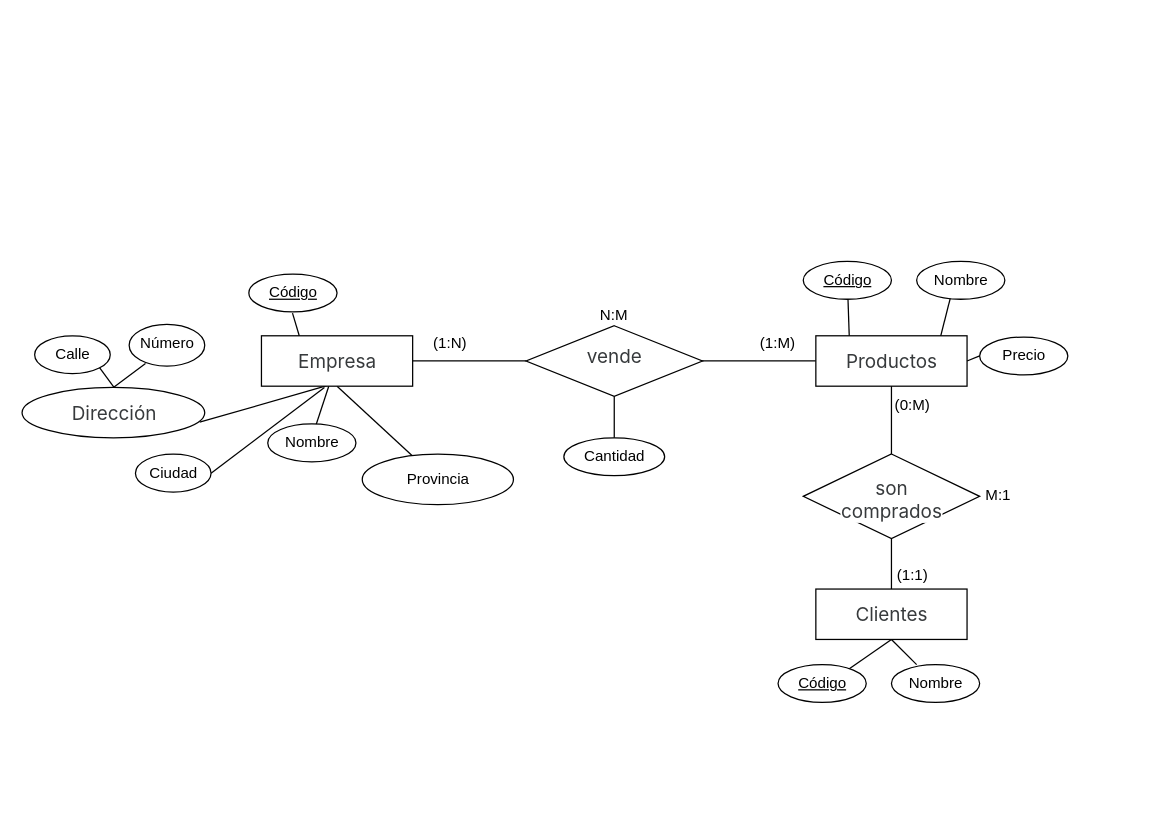
The draw.io diagram Tarea 02_03 Gestión de tienda.drawio in popnoart/popnoart, before the edit. Source tidied: cells renumbered, new cells numbered last; positions are measured from the earlier drawing's top-left corner, leaving out a move shared by most shapes. Both pictures are drawn from the tidied source at 126%, with x=0, y=0 at pixel (21, 261).
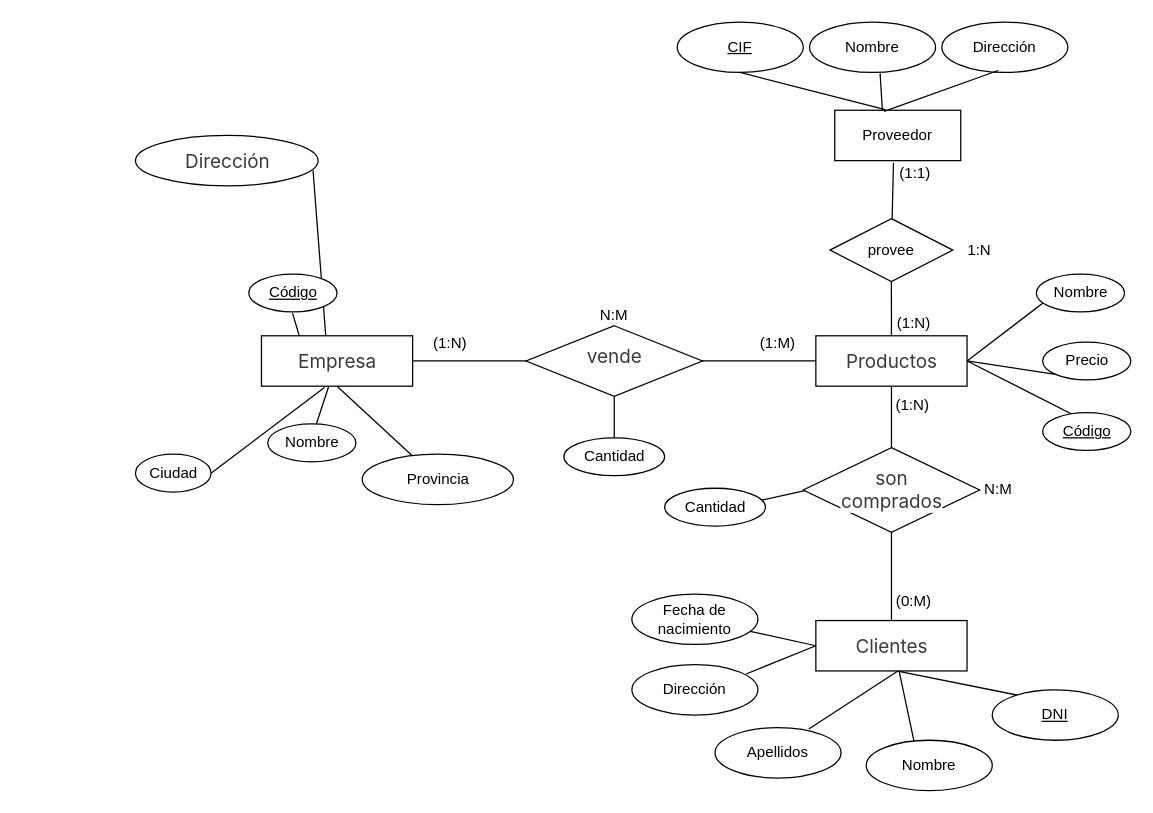
The same diagram, later.

The change refers to these unchanged cells:
```xml
<mxCell id="22" style="ellipse;whiteSpace=wrap;html=1;" parent="21" vertex="1">
  <mxGeometry width="145" height="40" as="geometry" />
</mxCell>
<mxCell id="28" style="rounded=0;whiteSpace=wrap;html=1;" parent="27" vertex="1">
  <mxGeometry width="120" height="40" as="geometry" />
</mxCell>
<mxCell id="29" value="&lt;span style=&quot;color: rgb(55, 58, 60); font-family: -apple-system, BlinkMacSystemFont, &amp;quot;Segoe UI&amp;quot;, Roboto, &amp;quot;Helvetica Neue&amp;quot;, Arial, &amp;quot;Noto Sans&amp;quot;, &amp;quot;Liberation Sans&amp;quot;, sans-serif, &amp;quot;Apple Color Emoji&amp;quot;, &amp;quot;Segoe UI Emoji&amp;quot;, &amp;quot;Segoe UI Symbol&amp;quot;, &amp;quot;Noto Color Emoji&amp;quot;; font-size: 15px; text-align: left; text-wrap-mode: wrap; background-color: rgb(255, 255, 255);&quot;&gt;Productos&lt;/span&gt;" style="text;html=1;align=center;verticalAlign=middle;points=[];strokeColor=none;fillColor=none;" parent="27" vertex="1">
  <mxGeometry x="15" y="5" width="90" height="30" as="geometry" />
</mxCell>
<mxCell id="32" value="Nombre" style="text;html=1;align=center;verticalAlign=middle;points=[];strokeColor=none;fillColor=none;" parent="30" vertex="1">
  <mxGeometry width="70" height="30" as="geometry" />
</mxCell>
<mxCell id="35" value="&lt;u&gt;Código&lt;/u&gt;" style="text;html=1;align=center;verticalAlign=middle;points=[];strokeColor=none;fillColor=none;" parent="33" vertex="1">
  <mxGeometry x="5" width="60" height="30" as="geometry" />
</mxCell>
<mxCell id="43" style="rounded=0;whiteSpace=wrap;html=1;labelBackgroundColor=default;" parent="42" vertex="1">
  <mxGeometry width="120" height="40" as="geometry" />
</mxCell>
<mxCell id="46" style="rhombus;whiteSpace=wrap;html=1;" parent="45" vertex="1">
  <mxGeometry x="10" y="-7.2" width="140" height="67.2" as="geometry" />
</mxCell>
<mxCell id="57" style="ellipse;whiteSpace=wrap;html=1;" parent="56" vertex="1">
  <mxGeometry width="70" height="30" as="geometry" />
</mxCell>
```

The edit, as a diff of the source:
```diff
@@
-    <mxCell id="2" style="endArrow=none;html=1;rounded=0;entryX=0.616;entryY=0.127;entryDx=0;entryDy=0;entryPerimeter=0;" parent="1" edge="1" target="62">
-      <mxGeometry relative="1" as="geometry">
-        <mxPoint x="73" y="100" as="sourcePoint" />
-      </mxGeometry>
-    </mxCell>
+    <mxCell id="79" style="endArrow=none;html=1;rounded=0;entryX=0.06;entryY=0.484;entryDx=0;entryDy=0;entryPerimeter=0;exitX=0.929;exitY=0.333;exitDx=0;exitDy=0;exitPerimeter=0;" parent="1" edge="1" source="90" target="46">
+      <mxGeometry relative="1" as="geometry" />
+    </mxCell>
-    <mxCell id="3" style="endArrow=none;html=1;rounded=0;" parent="1" edge="1" source="53">
-      <mxGeometry relative="1" as="geometry">
-        <mxPoint x="690" y="300" as="targetPoint" />
-      </mxGeometry>
+    <mxCell id="3" style="endArrow=none;html=1;rounded=0;exitX=0.24;exitY=0.125;exitDx=0;exitDy=0;exitPerimeter=0;entryX=0.549;entryY=1.009;entryDx=0;entryDy=0;entryPerimeter=0;" parent="1" edge="1" source="82" target="43">
+      <mxGeometry relative="1" as="geometry" />
     </mxCell>
+    <mxCell id="80" style="endArrow=none;html=1;rounded=0;entryX=0.549;entryY=0.98;entryDx=0;entryDy=0;entryPerimeter=0;exitX=0.38;exitY=0.034;exitDx=0;exitDy=0;exitPerimeter=0;" parent="1" edge="1" source="83" target="43">
+      <mxGeometry relative="1" as="geometry" />
+    </mxCell>
+    <mxCell id="81" style="endArrow=none;html=1;rounded=0;entryX=0.553;entryY=0.98;entryDx=0;entryDy=0;exitX=0.744;exitY=0.028;exitDx=0;exitDy=0;exitPerimeter=0;entryPerimeter=0;" parent="1" edge="1" source="85" target="43">
+      <mxGeometry relative="1" as="geometry" />
+    </mxCell>
-    <mxCell id="4" style="endArrow=none;html=1;rounded=0;entryX=0.129;entryY=-0.056;entryDx=0;entryDy=0;entryPerimeter=0;" parent="1" edge="1" source="35" target="29">
+    <mxCell id="4" style="endArrow=none;html=1;rounded=0;entryX=1;entryY=0.5;entryDx=0;entryDy=0;exitX=0.944;exitY=0.689;exitDx=0;exitDy=0;exitPerimeter=0;" parent="1" edge="1" source="35" target="28">
       <mxGeometry relative="1" as="geometry" />
     </mxCell>
@@
-    <mxCell id="6" style="endArrow=none;html=1;rounded=0;exitX=0.483;exitY=0.04;exitDx=0;exitDy=0;exitPerimeter=0;entryX=0.837;entryY=0.989;entryDx=0;entryDy=0;entryPerimeter=0;" parent="1" edge="1" source="32" target="29">
+    <mxCell id="6" style="endArrow=none;html=1;rounded=0;exitX=0.483;exitY=0.04;exitDx=0;exitDy=0;exitPerimeter=0;entryX=1;entryY=0.5;entryDx=0;entryDy=0;" parent="1" edge="1" source="32" target="28">
       <mxGeometry relative="1" as="geometry" />
     </mxCell>
@@
     <mxCell id="21" style="group;labelBackgroundColor=default;" parent="1" vertex="1">
-      <mxGeometry y="100" width="205" height="40" as="geometry" />
+      <mxGeometry x="90" y="-100" width="205" height="40" as="geometry" />
     </mxCell>
@@
     <mxCell id="30" style="group;labelBackgroundColor=default;" parent="1" vertex="1">
-      <mxGeometry x="710" width="70" height="30" as="geometry" />
+      <mxGeometry x="805" y="10" width="70" height="30" as="geometry" />
     </mxCell>
@@
     <mxCell id="33" style="group;labelBackgroundColor=default;" parent="1" vertex="1">
-      <mxGeometry x="620" width="70" height="30" as="geometry" />
+      <mxGeometry x="810" y="120" width="70" height="30" as="geometry" />
     </mxCell>
@@
     <mxCell id="42" style="group;" parent="1" vertex="1">
-      <mxGeometry x="630" y="260" width="120" height="40" as="geometry" />
+      <mxGeometry x="630" y="285" width="120" height="40" as="geometry" />
     </mxCell>
@@
     <mxCell id="45" style="group;labelBackgroundColor=default;" parent="1" vertex="1">
-      <mxGeometry x="610" y="160" width="195" height="60" as="geometry" />
+      <mxGeometry x="610" y="155" width="195" height="60" as="geometry" />
     </mxCell>
@@
     <mxCell id="47" value="&lt;span style=&quot;color: rgb(55, 58, 60); font-family: -apple-system, BlinkMacSystemFont, &amp;quot;Segoe UI&amp;quot;, Roboto, &amp;quot;Helvetica Neue&amp;quot;, Arial, &amp;quot;Noto Sans&amp;quot;, &amp;quot;Liberation Sans&amp;quot;, sans-serif, &amp;quot;Apple Color Emoji&amp;quot;, &amp;quot;Segoe UI Emoji&amp;quot;, &amp;quot;Segoe UI Symbol&amp;quot;, &amp;quot;Noto Color Emoji&amp;quot;; font-size: 15px; text-align: left; text-wrap-mode: wrap; background-color: rgb(255, 255, 255);&quot;&gt;son comprados&lt;/span&gt;" style="text;html=1;align=center;verticalAlign=middle;strokeColor=none;fillColor=none;imageWidth=28;" parent="45" vertex="1">
-      <mxGeometry x="15" y="14.4" width="130" height="30" as="geometry" />
+      <mxGeometry x="15" y="11.4" width="130" height="30" as="geometry" />
     </mxCell>
-    <mxCell id="48" value="M:1" style="text;html=1;align=center;verticalAlign=middle;whiteSpace=wrap;rounded=0;" parent="45" vertex="1">
+    <mxCell id="48" value="N:M" style="text;html=1;align=center;verticalAlign=middle;whiteSpace=wrap;rounded=0;" parent="45" vertex="1">
       <mxGeometry x="135" y="-0.6" width="60" height="54" as="geometry" />
     </mxCell>
@@
-    <mxCell id="50" value="(1:1)" style="text;html=1;align=center;verticalAlign=middle;whiteSpace=wrap;rounded=0;" parent="1" vertex="1">
-      <mxGeometry x="677" y="234" width="60" height="30" as="geometry" />
+    <mxCell id="50" value="(0:M)" style="text;html=1;align=center;verticalAlign=middle;whiteSpace=wrap;rounded=0;" parent="1" vertex="1">
+      <mxGeometry x="677.5" y="255" width="60" height="30" as="geometry" />
     </mxCell>
-    <mxCell id="51" style="group;labelBackgroundColor=default;" parent="1" vertex="1">
-      <mxGeometry x="690" y="320" width="70" height="30" as="geometry" />
-    </mxCell>
-    <mxCell id="52" style="ellipse;whiteSpace=wrap;html=1;" parent="51" vertex="1">
-      <mxGeometry width="70" height="30" as="geometry" />
-    </mxCell>
-    <mxCell id="53" value="Nombre" style="text;html=1;align=center;verticalAlign=middle;points=[];strokeColor=none;fillColor=none;" parent="51" vertex="1">
-      <mxGeometry width="70" height="30" as="geometry" />
-    </mxCell>
-    <mxCell id="54" value="(0:M)" style="text;html=1;align=center;verticalAlign=middle;whiteSpace=wrap;rounded=0;" parent="1" vertex="1">
+    <mxCell id="54" value="(1:N)" style="text;html=1;align=center;verticalAlign=middle;whiteSpace=wrap;rounded=0;" parent="1" vertex="1">
       <mxGeometry x="677" y="99" width="60" height="30" as="geometry" />
     </mxCell>
@@
     <mxCell id="56" style="group;labelBackgroundColor=default;" parent="1" vertex="1">
-      <mxGeometry x="760" y="60" width="70" height="30" as="geometry" />
+      <mxGeometry x="810" y="64" width="70" height="30" as="geometry" />
     </mxCell>
@@
-    <mxCell id="59" style="endArrow=none;html=1;rounded=0;entryX=1;entryY=0.5;entryDx=0;entryDy=0;exitX=0;exitY=0.5;exitDx=0;exitDy=0;" parent="1" edge="1" source="57" target="28">
+    <mxCell id="59" style="endArrow=none;html=1;rounded=0;entryX=1;entryY=0.5;entryDx=0;entryDy=0;exitX=0;exitY=1;exitDx=0;exitDy=0;" parent="1" edge="1" source="57" target="28">
       <mxGeometry relative="1" as="geometry" />
     </mxCell>
-    <mxCell id="60" style="group;labelBackgroundColor=default;" parent="1" vertex="1">
-      <mxGeometry x="10" y="59" width="60" height="30" as="geometry" />
-    </mxCell>
-    <mxCell id="61" style="ellipse;whiteSpace=wrap;html=1;" parent="60" vertex="1">
-      <mxGeometry width="60" height="30" as="geometry" />
-    </mxCell>
-    <mxCell id="62" value="Calle" style="text;html=1;align=center;verticalAlign=middle;points=[];strokeColor=none;fillColor=none;" parent="60" vertex="1">
-      <mxGeometry x="5" width="50" height="30" as="geometry" />
-    </mxCell>
-    <mxCell id="63" style="group;labelBackgroundColor=default;" parent="1" vertex="1">
-      <mxGeometry x="85" y="50" width="65" height="33" as="geometry" />
-    </mxCell>
-    <mxCell id="64" style="ellipse;whiteSpace=wrap;html=1;" parent="63" vertex="1">
-      <mxGeometry width="60" height="33" as="geometry" />
-    </mxCell>
-    <mxCell id="65" value="Número" style="text;html=1;align=center;verticalAlign=middle;points=[];strokeColor=none;fillColor=none;" parent="63" vertex="1">
-      <mxGeometry x="-5" width="70" height="30" as="geometry" />
-    </mxCell>
-    <mxCell id="66" style="endArrow=none;html=1;rounded=0;entryX=0.257;entryY=1.033;entryDx=0;entryDy=0;exitX=0.5;exitY=0;exitDx=0;exitDy=0;entryPerimeter=0;" parent="1" edge="1" source="22" target="65">
-      <mxGeometry relative="1" as="geometry" />
-    </mxCell>
@@
-    <mxCell id="75" style="endArrow=none;html=1;rounded=0;entryX=0.5;entryY=1;entryDx=0;entryDy=0;exitX=0.7;exitY=0.122;exitDx=0;exitDy=0;exitPerimeter=0;" parent="1" edge="1" target="43">
-      <mxGeometry relative="1" as="geometry">
-        <mxPoint x="656" y="323.7" as="sourcePoint" />
-      </mxGeometry>
-    </mxCell>
-    <mxCell id="76" style="group;labelBackgroundColor=default;" parent="1" vertex="1">
-      <mxGeometry x="600" y="320" width="70" height="30" as="geometry" />
-    </mxCell>
-    <mxCell id="77" style="ellipse;whiteSpace=wrap;html=1;" parent="76" vertex="1">
-      <mxGeometry width="70" height="30" as="geometry" />
-    </mxCell>
-    <mxCell id="78" value="&lt;u&gt;Código&lt;/u&gt;" style="text;html=1;align=center;verticalAlign=middle;strokeColor=none;fillColor=none;" parent="76" vertex="1">
-      <mxGeometry x="5" width="60" height="30" as="geometry" />
-    </mxCell>
+    <mxCell id="82" value="DNI" style="ellipse;whiteSpace=wrap;html=1;align=center;fontStyle=4;" parent="1" vertex="1">
+      <mxGeometry x="770" y="340" width="100" height="40" as="geometry" />
+    </mxCell>
+    <mxCell id="83" value="Nombre" style="ellipse;whiteSpace=wrap;html=1;align=center;" parent="1" vertex="1">
+      <mxGeometry x="670" y="380" width="100" height="40" as="geometry" />
+    </mxCell>
+    <mxCell id="84" value="Dirección" style="ellipse;whiteSpace=wrap;html=1;align=center;" parent="1" vertex="1">
+      <mxGeometry x="484" y="320" width="100" height="40" as="geometry" />
+    </mxCell>
+    <mxCell id="85" value="Apellidos" style="ellipse;whiteSpace=wrap;html=1;align=center;" parent="1" vertex="1">
+      <mxGeometry x="550" y="370" width="100" height="40" as="geometry" />
+    </mxCell>
+    <mxCell id="86" value="Fecha de nacimiento" style="ellipse;whiteSpace=wrap;html=1;align=center;" parent="1" vertex="1">
+      <mxGeometry x="484" y="264" width="100" height="40" as="geometry" />
+    </mxCell>
+    <mxCell id="87" style="endArrow=none;html=1;rounded=0;entryX=0;entryY=0.5;entryDx=0;entryDy=0;" parent="1" edge="1" source="86" target="43">
+      <mxGeometry relative="1" as="geometry" />
+    </mxCell>
+    <mxCell id="88" style="endArrow=none;html=1;rounded=0;exitX=0.906;exitY=0.185;exitDx=0;exitDy=0;exitPerimeter=0;entryX=0;entryY=0.5;entryDx=0;entryDy=0;" parent="1" edge="1" source="84" target="43">
+      <mxGeometry relative="1" as="geometry" />
+    </mxCell>
+    <mxCell id="89" style="group;labelBackgroundColor=default;" parent="1" vertex="1">
+      <mxGeometry x="510" y="180" width="80" height="30" as="geometry" />
+    </mxCell>
+    <mxCell id="90" style="ellipse;whiteSpace=wrap;html=1;" parent="89" vertex="1">
+      <mxGeometry width="80" height="30" as="geometry" />
+    </mxCell>
+    <mxCell id="91" value="Cantidad" style="text;html=1;align=center;verticalAlign=middle;strokeColor=none;fillColor=none;" parent="89" vertex="1">
+      <mxGeometry x="5" width="70" height="30" as="geometry" />
+    </mxCell>
+    <mxCell id="92" value="Proveedor" style="whiteSpace=wrap;html=1;align=center;" parent="1" vertex="1">
+      <mxGeometry x="645" y="-120" width="100" height="40" as="geometry" />
+    </mxCell>
+    <mxCell id="93" value="provee" style="shape=rhombus;perimeter=rhombusPerimeter;whiteSpace=wrap;html=1;align=center;" parent="1" vertex="1">
+      <mxGeometry x="641.2" y="-34" width="97.5" height="50" as="geometry" />
+    </mxCell>
+    <mxCell id="94" style="endArrow=none;html=1;rounded=0;exitX=0.466;exitY=1.041;exitDx=0;exitDy=0;exitPerimeter=0;" parent="1" edge="1" source="92" target="93">
+      <mxGeometry relative="1" as="geometry" />
+    </mxCell>
+    <mxCell id="95" style="endArrow=none;html=1;rounded=0;entryX=0.5;entryY=0;entryDx=0;entryDy=0;exitX=0.5;exitY=1;exitDx=0;exitDy=0;" parent="1" edge="1" source="93" target="28">
+      <mxGeometry relative="1" as="geometry" />
+    </mxCell>
+    <mxCell id="96" value="(1:N)" style="text;html=1;align=center;verticalAlign=middle;whiteSpace=wrap;rounded=0;" parent="1" vertex="1">
+      <mxGeometry x="677.5" y="34" width="60" height="30" as="geometry" />
+    </mxCell>
+    <mxCell id="97" value="(1:1)" style="text;html=1;align=center;verticalAlign=middle;whiteSpace=wrap;rounded=0;" parent="1" vertex="1">
+      <mxGeometry x="678.5" y="-85" width="60" height="30" as="geometry" />
+    </mxCell>
+    <mxCell id="98" value="1:N" style="text;html=1;align=center;verticalAlign=middle;whiteSpace=wrap;rounded=0;" parent="1" vertex="1">
+      <mxGeometry x="730" y="-36" width="60" height="54" as="geometry" />
+    </mxCell>
+    <mxCell id="99" value="Nombre" style="ellipse;whiteSpace=wrap;html=1;align=center;" parent="1" vertex="1">
+      <mxGeometry x="625" y="-190" width="100" height="40" as="geometry" />
+    </mxCell>
+    <mxCell id="100" value="CIF" style="ellipse;whiteSpace=wrap;html=1;align=center;fontStyle=4;" parent="1" vertex="1">
+      <mxGeometry x="520" y="-190" width="100" height="40" as="geometry" />
+    </mxCell>
+    <mxCell id="101" value="Dirección" style="ellipse;whiteSpace=wrap;html=1;align=center;" parent="1" vertex="1">
+      <mxGeometry x="730" y="-190" width="100" height="40" as="geometry" />
+    </mxCell>
+    <mxCell id="102" style="endArrow=none;html=1;rounded=0;exitX=0.5;exitY=1;exitDx=0;exitDy=0;entryX=0.401;entryY=-0.012;entryDx=0;entryDy=0;entryPerimeter=0;" parent="1" edge="1" source="100" target="92">
+      <mxGeometry relative="1" as="geometry" />
+    </mxCell>
+    <mxCell id="103" style="endArrow=none;html=1;rounded=0;exitX=0.56;exitY=1.018;exitDx=0;exitDy=0;exitPerimeter=0;entryX=0.378;entryY=-0.001;entryDx=0;entryDy=0;entryPerimeter=0;" parent="1" edge="1" source="99" target="92">
+      <mxGeometry relative="1" as="geometry" />
+    </mxCell>
+    <mxCell id="104" style="endArrow=none;html=1;rounded=0;exitX=0.447;exitY=0.961;exitDx=0;exitDy=0;exitPerimeter=0;entryX=0.392;entryY=0.022;entryDx=0;entryDy=0;entryPerimeter=0;" parent="1" edge="1" source="101" target="92">
+      <mxGeometry relative="1" as="geometry" />
+    </mxCell>
```
